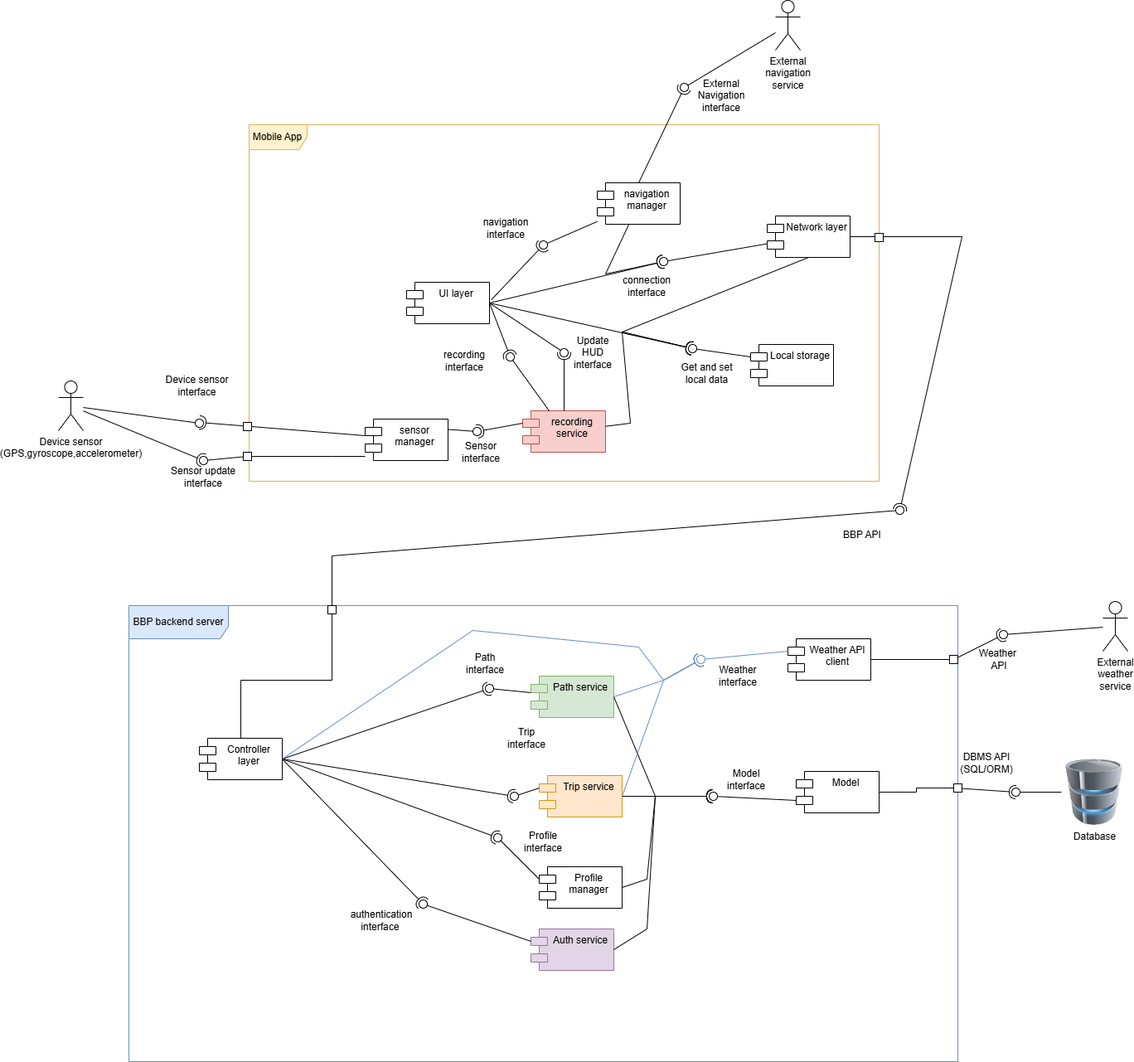
This is DD/LaTeXCode/images/componentDiagrams/Component_diagram-Complete_low_level_diagram.drawio.png from jacopobellosi/Bellosi-Montanelli-Tempobono, a draw.io export, as it was before one commit. Source tidied: cells renumbered, new cells last; positions are measured from the earlier drawing's top-left corner, leaving out a move shared by most shapes.
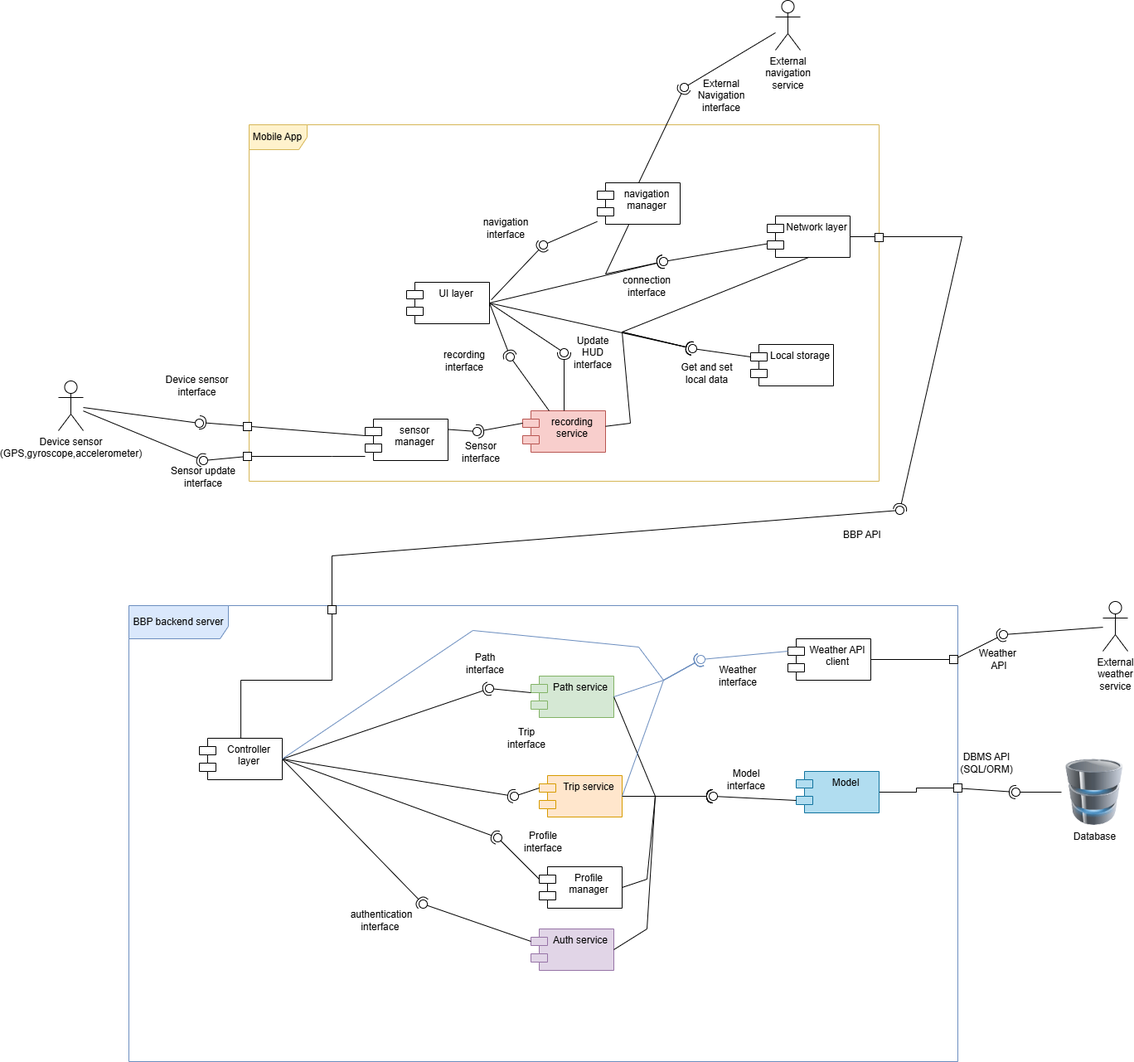
Later version of the same file.

The edit, as a diff of the source:
```diff
@@ -86,7 +86,7 @@
     <mxCell id="29" value="Profile manager" style="shape=module;align=left;spacingLeft=20;align=center;verticalAlign=top;whiteSpace=wrap;html=1;" parent="1" vertex="1">
       <mxGeometry x="580" y="1045" width="100" height="50" as="geometry" />
     </mxCell>
-    <mxCell id="30" value="Model" style="shape=module;align=left;spacingLeft=20;align=center;verticalAlign=top;whiteSpace=wrap;html=1;" parent="1" vertex="1">
+    <mxCell id="30" value="Model" style="shape=module;align=left;spacingLeft=20;align=center;verticalAlign=top;whiteSpace=wrap;html=1;fillColor=#b1ddf0;strokeColor=#10739e;" parent="1" vertex="1">
       <mxGeometry x="890" y="930" width="100" height="50" as="geometry" />
     </mxCell>
     <mxCell id="31" style="edgeStyle=orthogonalEdgeStyle;rounded=0;jettySize=auto;html=1;endArrow=none;endFill=0;" parent="1" edge="1" source="23" target="25">
```
